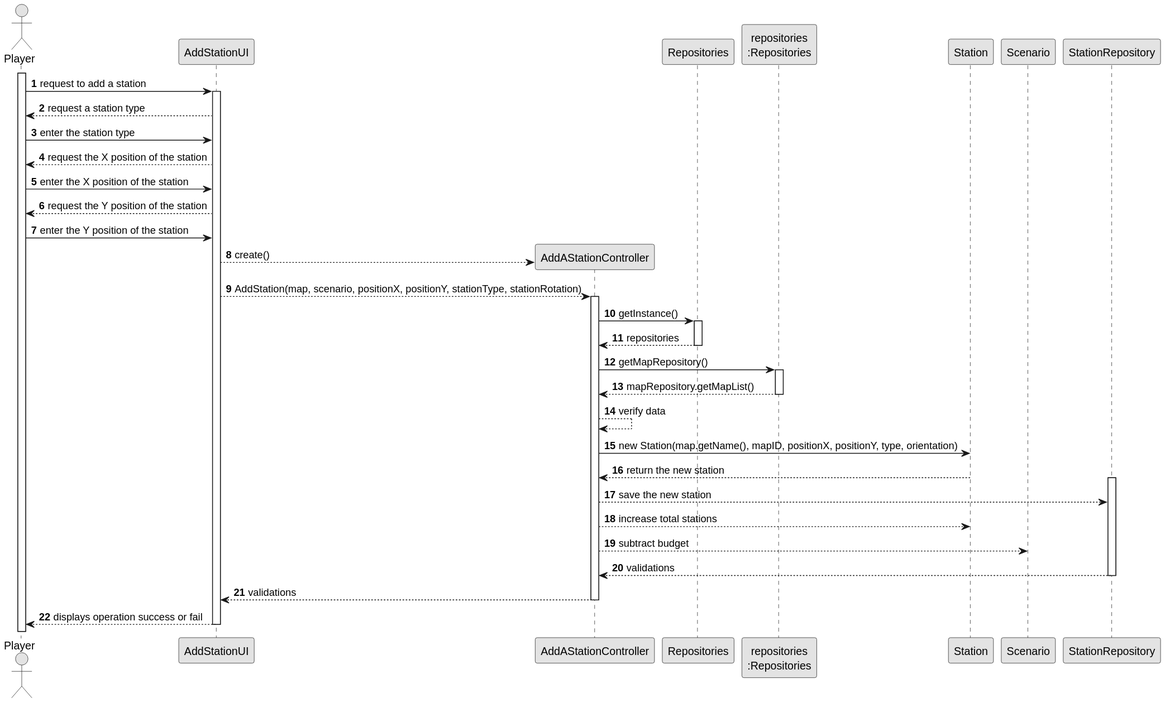
The PlantUML diagram docs/sprint3/us005/03.design/svg/us005-sequence-diagram-full.svg in ivasduarte/all-aboard, before a commit.
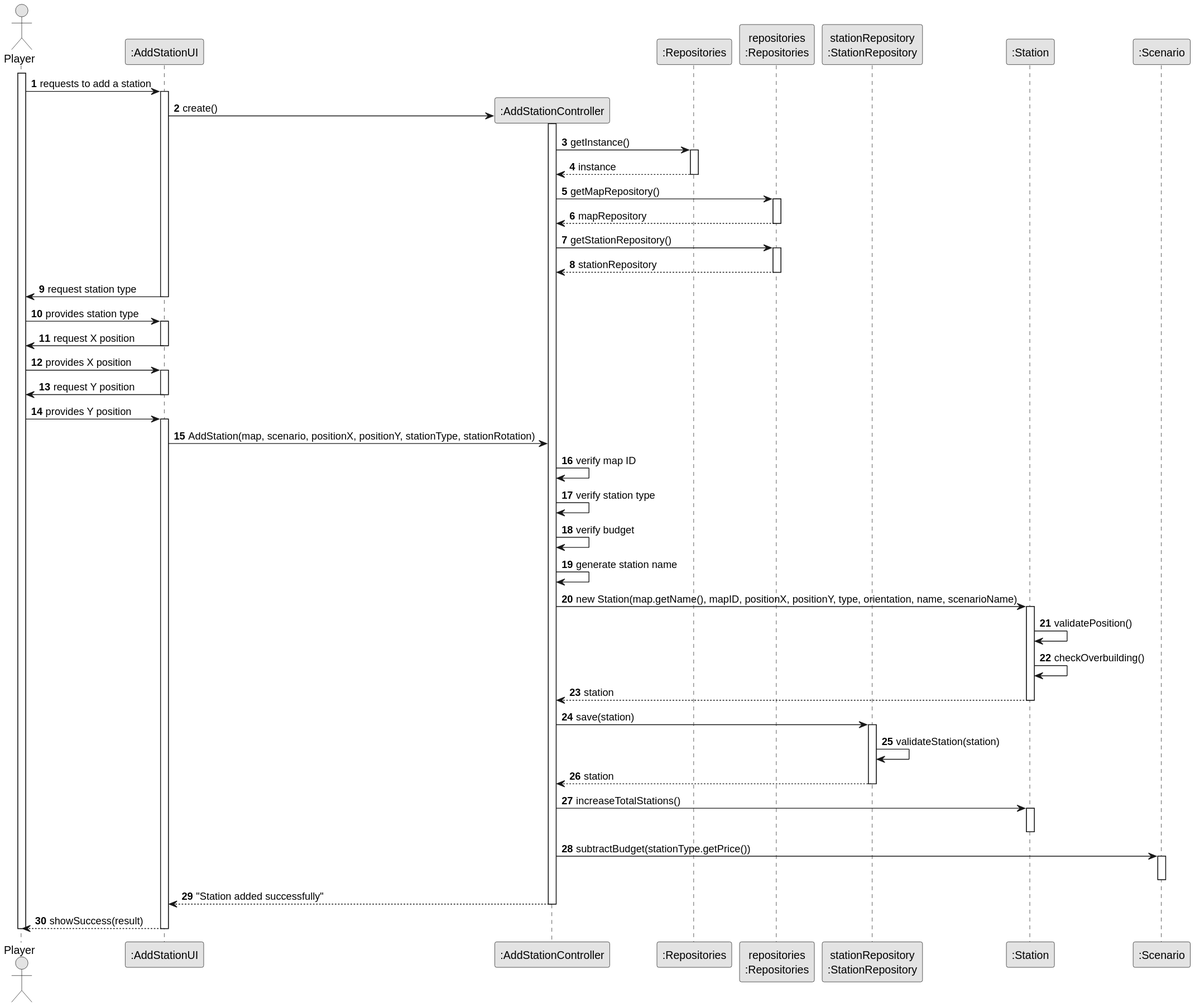
Above is the later version.

Diff of the diagram source:
```diff
@@ -4,55 +4,85 @@
 skinparam shadowing false
 
 autonumber
+actor "Player" as Player
+participant ":AddStationUI" as UI
+participant ":AddStationController" as CTRL
+participant ":Repositories" as reps
+participant "repositories\n:Repositories" as PLAT
+participant "stationRepository\n:StationRepository" as stationRep
+participant ":Station" as Station
+participant ":Scenario" as Scenario
 
-actor "Player" as Editor
-participant "AddStationUI" as UI
-
-activate Editor
-
-Editor -> UI : request to add a station
+activate Player
+Player -> UI : requests to add a station
 activate UI
 
-UI --> Editor : request a station type
-Editor -> UI : enter the station type
-UI --> Editor : request the X position of the station
-Editor -> UI : enter the X position of the station
-UI --> Editor : request the Y position of the station
-Editor -> UI : enter the Y position of the station
-
-create "AddAStationController" as CTRL
-UI --> CTRL : create()
-
-participant "Repositories" as RepositorySingleton
-participant "repositories\n:Repositories" as PLAT
-
-UI --> CTRL : AddStation(map, scenario, positionX, positionY, stationType, stationRotation)
+UI -> CTRL** : create()
 activate CTRL
 
-CTRL -> RepositorySingleton : getInstance()
-activate RepositorySingleton
-RepositorySingleton --> CTRL : repositories
-deactivate RepositorySingleton
+CTRL -> reps : getInstance()
+activate reps
+reps --> CTRL : instance
+deactivate reps
 
 CTRL -> PLAT : getMapRepository()
 activate PLAT
-PLAT --> CTRL : mapRepository.getMapList()
+PLAT --> CTRL : mapRepository
 deactivate PLAT
-CTRL --> CTRL : verify data
-CTRL -> Station : new Station(map.getName(), mapID, positionX, positionY, type, orientation)
-Station --> CTRL : return the new station
-activate StationRepository
-CTRL --> StationRepository : save the new station
-CTRL --> Station : increase total stations
-CTRL --> Scenario : subtract budget
-create "StationRepository\n:StationRepository" as StationRepository
 
-StationRepository --> CTRL : validations
-deactivate StationRepository
+CTRL -> PLAT : getStationRepository()
+activate PLAT
+PLAT --> CTRL : stationRepository
+deactivate PLAT
 
-CTRL --> UI : validations
+UI -> Player : request station type
+deactivate UI
+Player -> UI : provides station type
+activate UI
+
+UI -> Player : request X position
+deactivate UI
+Player -> UI : provides X position
+activate UI
+
+UI -> Player : request Y position
+deactivate UI
+Player -> UI : provides Y position
+activate UI
+
+UI -> CTRL : AddStation(map, scenario, positionX, positionY, stationType, stationRotation)
+
+CTRL -> CTRL : verify map ID
+CTRL -> CTRL : verify station type
+CTRL -> CTRL : verify budget
+CTRL -> CTRL : generate station name
+
+CTRL -> Station : new Station(map.getName(), mapID, positionX, positionY, type, orientation, name, scenarioName)
+activate Station
+Station -> Station : validatePosition()
+Station -> Station : checkOverbuilding()
+Station --> CTRL : station
+deactivate Station
+
+CTRL -> stationRep : save(station)
+activate stationRep
+stationRep -> stationRep : validateStation(station)
+stationRep --> CTRL : station
+deactivate stationRep
+
+CTRL -> Station : increaseTotalStations()
+activate Station
+deactivate Station
+
+CTRL -> Scenario : subtractBudget(stationType.getPrice())
+activate Scenario
+deactivate Scenario
+
+CTRL --> UI : "Station added successfully"
 deactivate CTRL
 
-UI --> Editor : displays operation success or fail
+UI --> Player : showSuccess(result)
 deactivate UI
+
+deactivate Player
 @enduml
```
